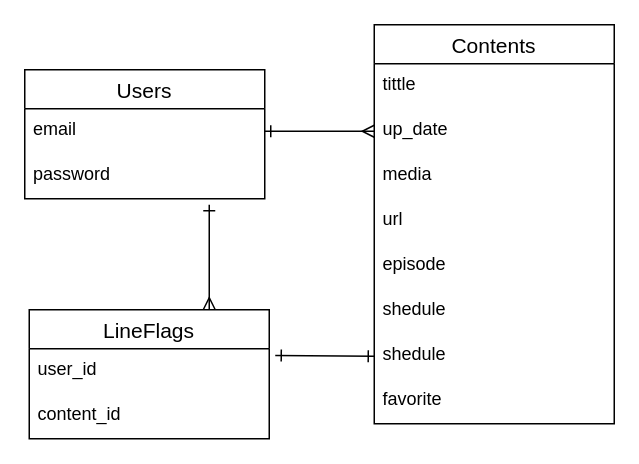
Earlier version of the draw.io diagram er.dio (PTT1230/notify). Source tidied: cells renumbered, new cells numbered last; positions are measured from the earlier drawing's top-left corner, leaving out a move shared by most shapes. Both pictures are drawn from the tidied source at 150%, with x=0, y=0 at pixel (24, 24).
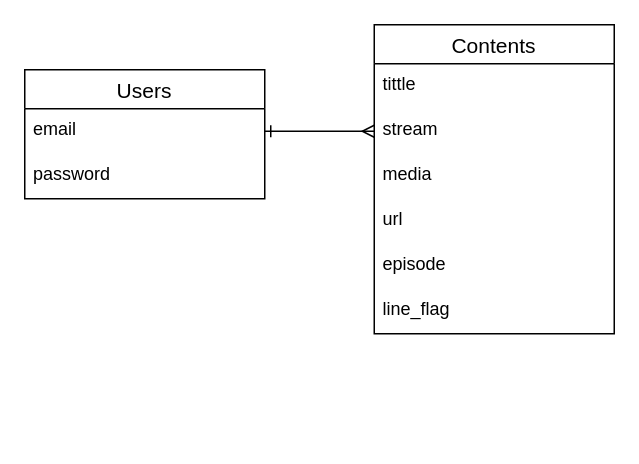
Above is the later version.

Change to the diagram source:
```diff
@@
     <mxCell id="5" value="Contents" style="swimlane;fontStyle=0;horizontal=1;startSize=26;align=center;fontSize=14;" parent="1" vertex="1">
-      <mxGeometry x="233" width="160" height="266" as="geometry" />
+      <mxGeometry x="233" width="160" height="206" as="geometry" />
     </mxCell>
@@
-    <mxCell id="7" value="up_date" style="text;strokeColor=none;fillColor=none;spacingLeft=4;spacingRight=4;overflow=hidden;points=[[0,0.5],[1,0.5]];portConstraint=eastwest;fontSize=12;" parent="5" vertex="1">
+    <mxCell id="7" value="stream" style="text;strokeColor=none;fillColor=none;spacingLeft=4;spacingRight=4;overflow=hidden;points=[[0,0.5],[1,0.5]];portConstraint=eastwest;fontSize=12;" parent="5" vertex="1">
       <mxGeometry y="56" width="160" height="30" as="geometry" />
     </mxCell>
@@
-    <mxCell id="11" value="shedule" style="text;strokeColor=none;fillColor=none;spacingLeft=4;spacingRight=4;overflow=hidden;fontSize=12;" parent="5" vertex="1">
+    <mxCell id="11" value="line_flag" style="text;strokeColor=none;fillColor=none;spacingLeft=4;spacingRight=4;overflow=hidden;fontSize=12;" parent="5" vertex="1">
       <mxGeometry y="176" width="160" height="30" as="geometry" />
     </mxCell>
-    <mxCell id="12" value="shedule" style="text;strokeColor=none;fillColor=none;spacingLeft=4;spacingRight=4;overflow=hidden;points=[[0,0.5],[1,0.5]];portConstraint=eastwest;fontSize=12;" parent="5" vertex="1">
-      <mxGeometry y="206" width="160" height="30" as="geometry" />
-    </mxCell>
-    <mxCell id="13" value="favorite" style="text;strokeColor=none;fillColor=none;spacingLeft=4;spacingRight=4;overflow=hidden;fontSize=12;" parent="5" vertex="1">
-      <mxGeometry y="236" width="160" height="30" as="geometry" />
-    </mxCell>
@@
-    <mxCell id="15" style="edgeStyle=none;html=1;exitX=0.75;exitY=0;exitDx=0;exitDy=0;endArrow=ERone;endFill=0;startArrow=ERmany;startFill=0;" parent="1" edge="1" source="16">
-      <mxGeometry relative="1" as="geometry">
-        <mxPoint x="123" y="120" as="targetPoint" />
-      </mxGeometry>
-    </mxCell>
-    <mxCell id="16" value="LineFlags" style="swimlane;fontStyle=0;horizontal=1;startSize=26;align=center;fontSize=14;" parent="1" vertex="1">
-      <mxGeometry x="3" y="190" width="160" height="86" as="geometry" />
-    </mxCell>
-    <mxCell id="17" value="user_id" style="text;strokeColor=none;fillColor=none;spacingLeft=4;spacingRight=4;overflow=hidden;points=[[0,0.5],[1,0.5]];portConstraint=eastwest;fontSize=12;" parent="16" vertex="1">
-      <mxGeometry y="26" width="160" height="30" as="geometry" />
-    </mxCell>
-    <mxCell id="18" value="content_id" style="text;strokeColor=none;fillColor=none;spacingLeft=4;spacingRight=4;overflow=hidden;fontSize=12;" parent="16" vertex="1">
-      <mxGeometry y="56" width="160" height="30" as="geometry" />
-    </mxCell>
-    <mxCell id="19" style="edgeStyle=none;html=1;exitX=0;exitY=0.5;exitDx=0;exitDy=0;startArrow=ERone;startFill=0;endArrow=ERone;endFill=0;entryX=1.025;entryY=0.15;entryDx=0;entryDy=0;entryPerimeter=0;" parent="1" edge="1" source="12" target="17">
-      <mxGeometry relative="1" as="geometry" />
-    </mxCell>
```
